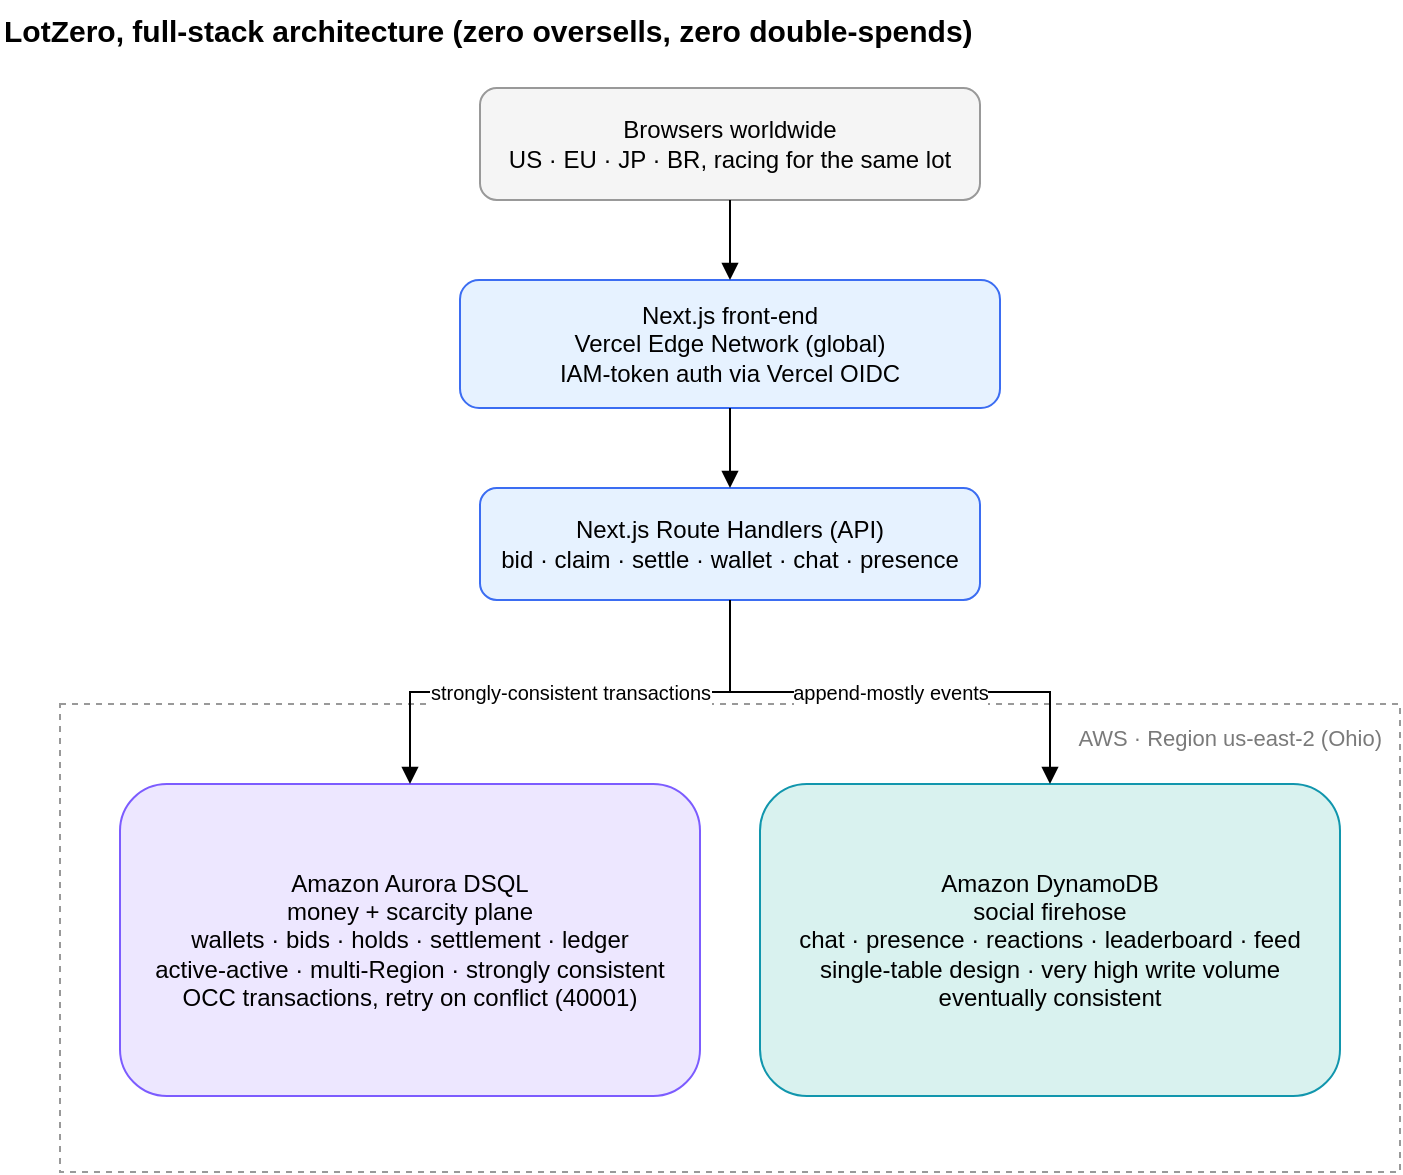
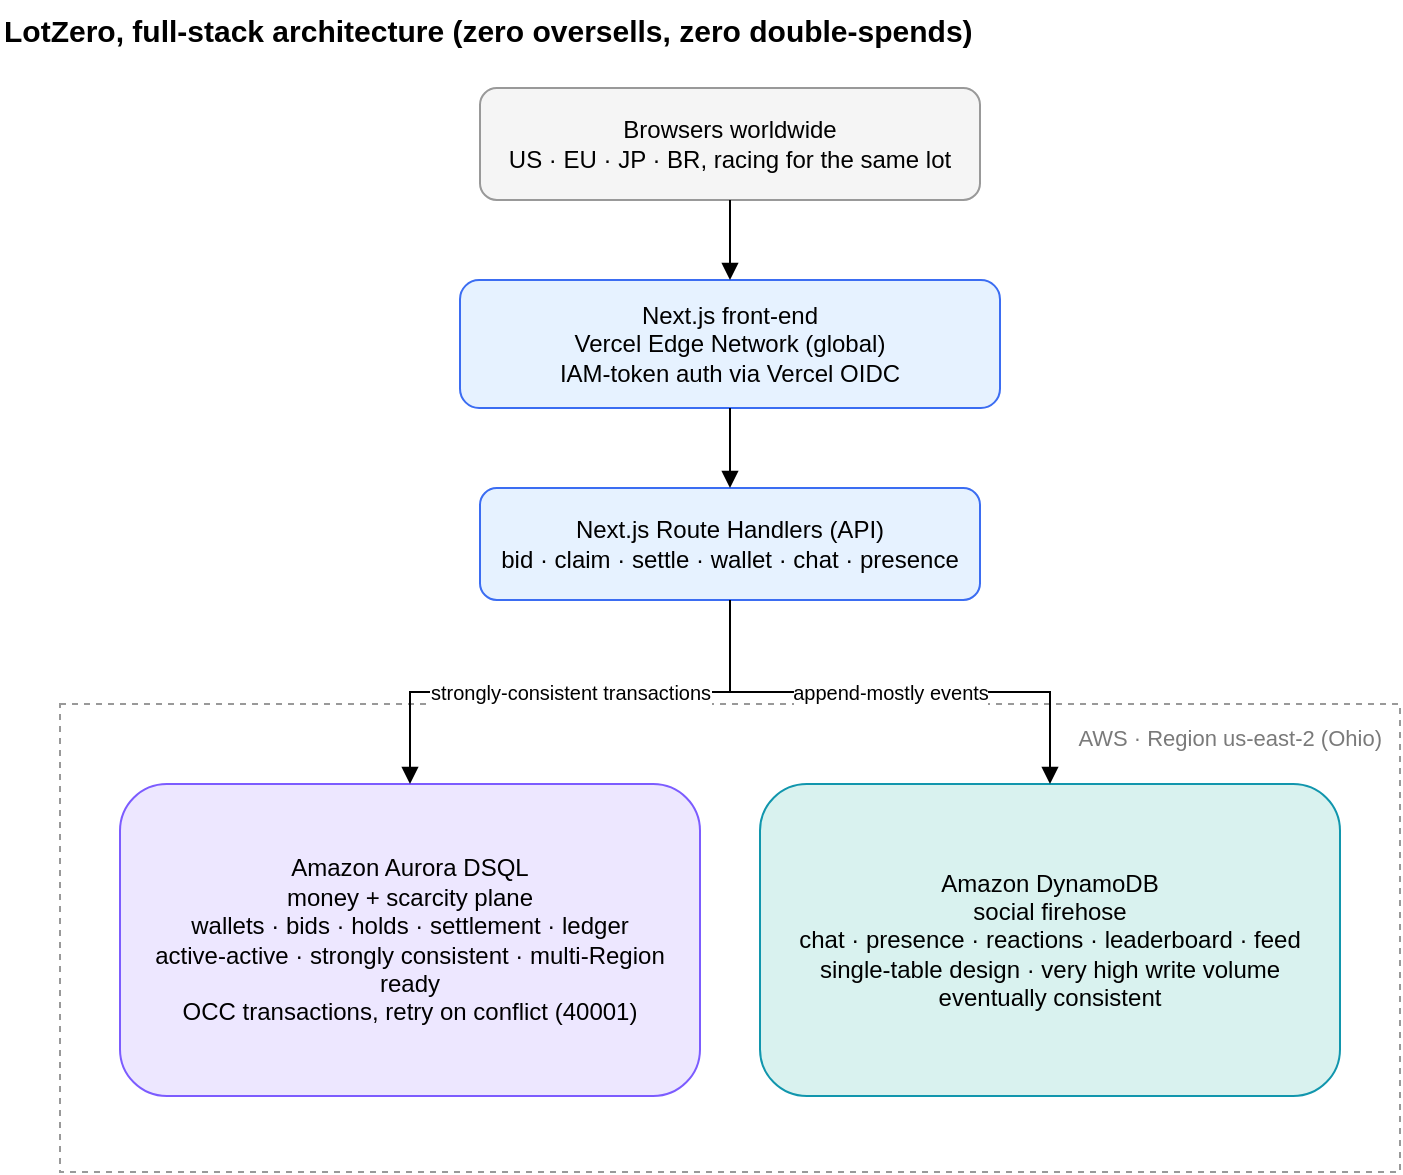
<mxfile host="app.diagrams.net" type="device">
  <diagram id="lotzero-arch" name="LotZero architecture">
    <mxGraphModel dx="900" dy="640" grid="1" gridSize="10" guides="1" tooltips="1" connect="1" arrows="1" fold="1" page="1" pageScale="1" pageWidth="850" pageHeight="650" math="0" shadow="0">
      <root>
        <mxCell id="0" />
        <mxCell id="1" parent="0" />

        <mxCell id="title" value="LotZero, full-stack architecture (zero oversells, zero double-spends)" style="text;html=1;align=left;fontSize=15;fontStyle=1;" vertex="1" parent="1">
          <mxGeometry x="60" y="20" width="620" height="24" as="geometry" />
        </mxCell>

        <mxCell id="browsers" value="Browsers worldwide&#10;US · EU · JP · BR, racing for the same lot" style="rounded=1;whiteSpace=wrap;html=1;fillColor=#F5F5F5;strokeColor=#999999;" vertex="1" parent="1">
          <mxGeometry x="300" y="64" width="250" height="56" as="geometry" />
        </mxCell>

        <mxCell id="ui" value="Next.js front-end&#10;Vercel Edge Network (global)&#10;IAM-token auth via Vercel OIDC" style="rounded=1;whiteSpace=wrap;html=1;fillColor=#E6F2FF;strokeColor=#3B6DF2;" vertex="1" parent="1">
          <mxGeometry x="290" y="160" width="270" height="64" as="geometry" />
        </mxCell>

        <mxCell id="api" value="Next.js Route Handlers (API)&#10;bid · claim · settle · wallet · chat · presence" style="rounded=1;whiteSpace=wrap;html=1;fillColor=#E6F2FF;strokeColor=#3B6DF2;" vertex="1" parent="1">
          <mxGeometry x="300" y="264" width="250" height="56" as="geometry" />
        </mxCell>

        <mxCell id="awsgroup" value="AWS · Region us-east-2 (Ohio)" style="rounded=0;dashed=1;html=1;verticalAlign=top;align=right;spacingRight=8;spacingTop=4;fontSize=11;fontColor=#7A7A7A;strokeColor=#999999;fillColor=none;" vertex="1" parent="1">
          <mxGeometry x="90" y="372" width="670" height="234" as="geometry" />
        </mxCell>

-         <mxCell id="dsql" value="Amazon Aurora DSQL&#10;money + scarcity plane&#10;wallets · bids · holds · settlement · ledger&#10;active-active · multi-Region · strongly consistent&#10;OCC transactions, retry on conflict (40001)" style="rounded=1;whiteSpace=wrap;html=1;fillColor=#EDE7FF;strokeColor=#7C5CFF;" vertex="1" parent="1">
+         <mxCell id="dsql" value="Amazon Aurora DSQL&#10;money + scarcity plane&#10;wallets · bids · holds · settlement · ledger&#10;active-active · strongly consistent · multi-Region ready&#10;OCC transactions, retry on conflict (40001)" style="rounded=1;whiteSpace=wrap;html=1;fillColor=#EDE7FF;strokeColor=#7C5CFF;" vertex="1" parent="1">
          <mxGeometry x="120" y="412" width="290" height="156" as="geometry" />
        </mxCell>

        <mxCell id="ddb" value="Amazon DynamoDB&#10;social firehose&#10;chat · presence · reactions · leaderboard · feed&#10;single-table design · very high write volume&#10;eventually consistent" style="rounded=1;whiteSpace=wrap;html=1;fillColor=#D9F2EF;strokeColor=#1196AD;" vertex="1" parent="1">
          <mxGeometry x="440" y="412" width="290" height="156" as="geometry" />
        </mxCell>

        <mxCell id="e1" style="edgeStyle=orthogonalEdgeStyle;rounded=0;html=1;endArrow=block;" edge="1" parent="1" source="browsers" target="ui">
          <mxGeometry relative="1" as="geometry" />
        </mxCell>
        <mxCell id="e2" style="edgeStyle=orthogonalEdgeStyle;rounded=0;html=1;endArrow=block;" edge="1" parent="1" source="ui" target="api">
          <mxGeometry relative="1" as="geometry" />
        </mxCell>
        <mxCell id="e3" value="strongly-consistent transactions" style="edgeStyle=orthogonalEdgeStyle;rounded=0;html=1;endArrow=block;fontSize=10;" edge="1" parent="1" source="api" target="dsql">
          <mxGeometry relative="1" as="geometry" />
        </mxCell>
        <mxCell id="e4" value="append-mostly events" style="edgeStyle=orthogonalEdgeStyle;rounded=0;html=1;endArrow=block;fontSize=10;" edge="1" parent="1" source="api" target="ddb">
          <mxGeometry relative="1" as="geometry" />
        </mxCell>
      </root>
    </mxGraphModel>
  </diagram>
</mxfile>
